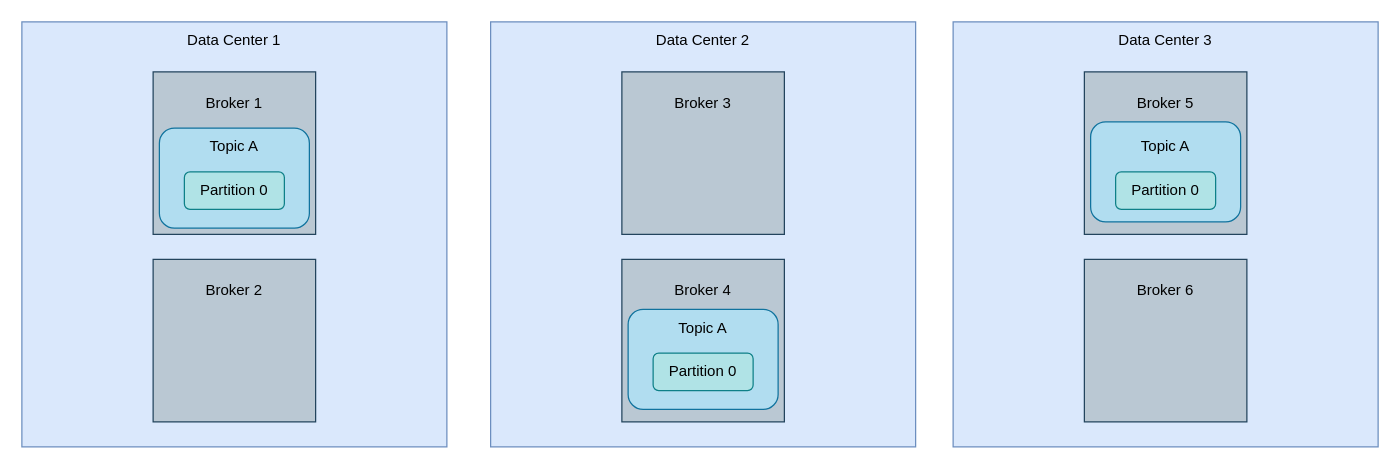
This is RackConfig.drawio from rahul-kr/draw-io, a draw.io file, before an edit. Source tidied: cells renumbered, new cells numbered last; positions are measured from the earlier drawing's top-left corner, leaving out a move shared by most shapes. Both pictures are drawn from the tidied source at 125%, with x=0, y=0 at pixel (21, 21).
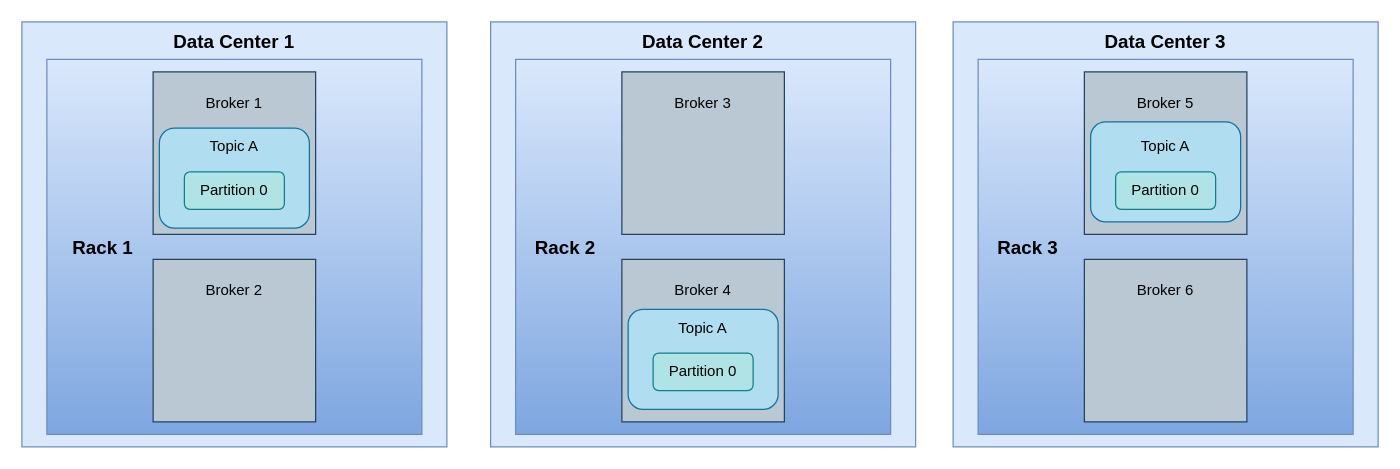
The same page after the edit.

Change to the diagram source:
```diff
@@
+    <mxCell id="29" style="whiteSpace=wrap;html=1;fillColor=#dae8fc;strokeColor=#6c8ebf;gradientColor=#7ea6e0;" parent="1" vertex="1">
+      <mxGeometry x="20" y="30" width="300" height="300" as="geometry" />
+    </mxCell>
-    <mxCell id="3" value="Data Center 1" style="text;html=1;align=center;verticalAlign=middle;whiteSpace=wrap;rounded=0;" parent="1" vertex="1">
+    <mxCell id="3" value="Data Center 1" style="text;html=1;align=center;verticalAlign=middle;whiteSpace=wrap;rounded=0;fontStyle=1;fontSize=15;" parent="1" vertex="1">
       <mxGeometry x="120" width="100" height="30" as="geometry" />
     </mxCell>
@@
-    <mxCell id="12" value="Data Center 2" style="text;html=1;align=center;verticalAlign=middle;whiteSpace=wrap;rounded=0;" parent="1" vertex="1">
+    <mxCell id="12" value="Data Center 2" style="text;html=1;align=center;verticalAlign=middle;whiteSpace=wrap;rounded=0;fontStyle=1;fontSize=15;" parent="1" vertex="1">
       <mxGeometry x="495" width="100" height="30" as="geometry" />
     </mxCell>
+    <mxCell id="30" style="whiteSpace=wrap;html=1;fillColor=#dae8fc;strokeColor=#6c8ebf;gradientColor=#7ea6e0;" parent="1" vertex="1">
+      <mxGeometry x="395" y="30" width="300" height="300" as="geometry" />
+    </mxCell>
@@
-    <mxCell id="21" value="Data Center 3" style="text;html=1;align=center;verticalAlign=middle;whiteSpace=wrap;rounded=0;" parent="1" vertex="1">
+    <mxCell id="21" value="Data Center 3" style="text;html=1;align=center;verticalAlign=middle;whiteSpace=wrap;rounded=0;fontStyle=1;fontSize=15;" parent="1" vertex="1">
       <mxGeometry x="865" width="100" height="30" as="geometry" />
     </mxCell>
+    <mxCell id="31" style="whiteSpace=wrap;html=1;fillColor=#dae8fc;strokeColor=#6c8ebf;gradientColor=#7ea6e0;" parent="1" vertex="1">
+      <mxGeometry x="765" y="30" width="300" height="300" as="geometry" />
+    </mxCell>
@@
+    <mxCell id="32" value="Rack 1" style="text;html=1;align=center;verticalAlign=middle;whiteSpace=wrap;rounded=0;fontStyle=1;fontSize=15;" parent="1" vertex="1">
+      <mxGeometry x="35" y="115" width="60" height="130" as="geometry" />
+    </mxCell>
+    <mxCell id="33" value="Rack 2" style="text;html=1;align=center;verticalAlign=middle;whiteSpace=wrap;rounded=0;fontStyle=1;fontSize=15;" parent="1" vertex="1">
+      <mxGeometry x="405" y="115" width="60" height="130" as="geometry" />
+    </mxCell>
+    <mxCell id="34" value="Rack 3" style="text;html=1;align=center;verticalAlign=middle;whiteSpace=wrap;rounded=0;fontStyle=1;fontSize=15;" parent="1" vertex="1">
+      <mxGeometry x="775" y="115" width="60" height="130" as="geometry" />
+    </mxCell>
```
